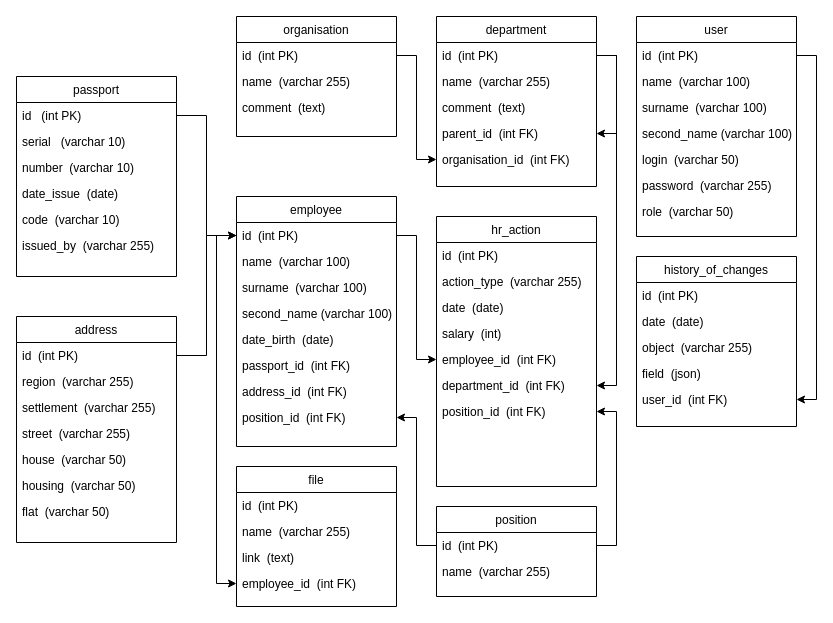
Above: docs/DB_diagram.drawio in XenoPOMP/areal-hr-test-2024 (draw.io), before the change. Source tidied: cells renumbered, new cells numbered last; positions are measured from the earlier drawing's top-left corner, leaving out a move shared by most shapes. Both pictures are drawn from the tidied source at 100%, with x=0, y=0 at pixel (16, 16).
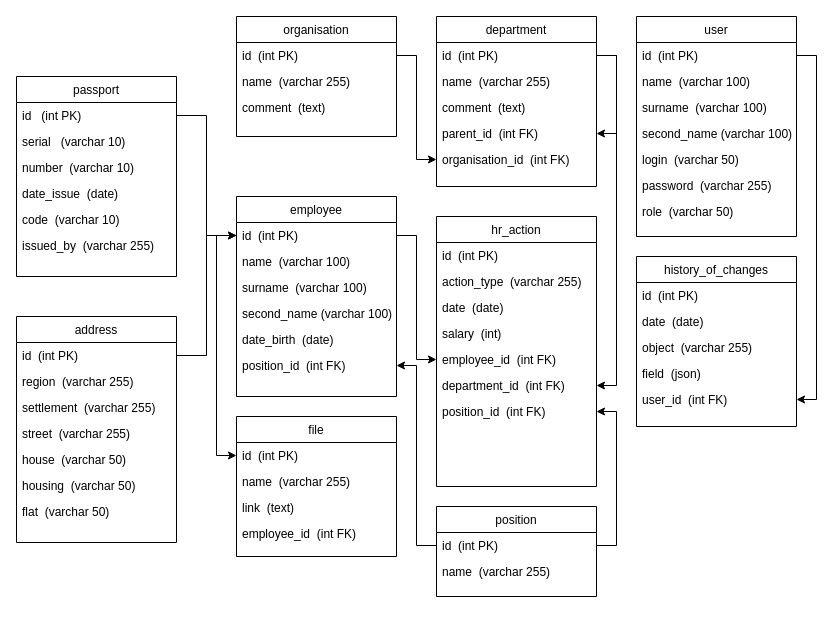
The same page after the edit.

The change refers to these unchanged cells:
```xml
<mxCell id="17" value="id  (int PK)" style="text;align=left;verticalAlign=top;spacingLeft=4;spacingRight=4;overflow=hidden;points=[[0,0.5],[1,0.5]];portConstraint=eastwest;" parent="16" vertex="1">
  <mxGeometry y="26" width="160" height="26" as="geometry" />
</mxCell>
<mxCell id="26" value="id  (int PK)" style="text;align=left;verticalAlign=top;spacingLeft=4;spacingRight=4;overflow=hidden;points=[[0,0.5],[1,0.5]];portConstraint=eastwest;" parent="25" vertex="1">
  <mxGeometry y="26" width="160" height="26" as="geometry" />
</mxCell>
<mxCell id="29" value="employee_id  (int FK)" style="text;align=left;verticalAlign=top;spacingLeft=4;spacingRight=4;overflow=hidden;points=[[0,0.5],[1,0.5]];portConstraint=eastwest;rounded=0;shadow=0;html=0;" parent="25" vertex="1">
  <mxGeometry y="104" width="160" height="26" as="geometry" />
</mxCell>
```

The edit, as a diff of the source:
```diff
@@
     <mxCell id="16" value="employee" style="swimlane;fontStyle=0;align=center;verticalAlign=top;horizontal=1;startSize=26;rounded=0;shadow=0;strokeWidth=1;" parent="1" vertex="1">
-      <mxGeometry x="220" y="180" width="160" height="250" as="geometry" />
+      <mxGeometry x="220" y="180" width="160" height="200" as="geometry" />
     </mxCell>
@@
-    <mxCell id="22" value="passport_id  (int FK)" style="text;align=left;verticalAlign=top;spacingLeft=4;spacingRight=4;overflow=hidden;rounded=0;shadow=0;html=0;" parent="16" vertex="1">
-      <mxGeometry y="156" width="160" height="26" as="geometry" />
-    </mxCell>
-    <mxCell id="23" value="address_id  (int FK)" style="text;align=left;verticalAlign=top;spacingLeft=4;spacingRight=4;overflow=hidden;rounded=0;shadow=0;html=0;" parent="16" vertex="1">
-      <mxGeometry y="182" width="160" height="26" as="geometry" />
-    </mxCell>
     <mxCell id="24" value="position_id  (int FK)" style="text;align=left;verticalAlign=top;spacingLeft=4;spacingRight=4;overflow=hidden;points=[[0,0.5],[1,0.5]];portConstraint=eastwest;rounded=0;shadow=0;html=0;" parent="16" vertex="1">
-      <mxGeometry y="208" width="160" height="26" as="geometry" />
+      <mxGeometry y="156" width="160" height="26" as="geometry" />
     </mxCell>
     <mxCell id="25" value="file" style="swimlane;fontStyle=0;align=center;verticalAlign=top;horizontal=1;startSize=26;rounded=0;shadow=0;strokeWidth=1;" parent="1" vertex="1">
-      <mxGeometry x="220" y="450" width="160" height="140" as="geometry" />
+      <mxGeometry x="220" y="400" width="160" height="140" as="geometry" />
     </mxCell>
@@
-    <mxCell id="72" style="edgeStyle=orthogonalEdgeStyle;rounded=0;jettySize=auto;html=1;exitX=0;exitY=0.5;exitDx=0;exitDy=0;entryX=0;entryY=0.5;entryDx=0;entryDy=0;" parent="1" edge="1" source="17" target="29">
-      <mxGeometry relative="1" as="geometry">
-        <Array as="points">
-          <mxPoint x="200" y="219" />
-          <mxPoint x="200" y="567" />
-        </Array>
-      </mxGeometry>
-    </mxCell>
@@
+    <mxCell id="76" style="edgeStyle=orthogonalEdgeStyle;rounded=0;jettySize=auto;html=1;exitX=0;exitY=0.5;exitDx=0;exitDy=0;entryX=0;entryY=0.5;entryDx=0;entryDy=0;" parent="1" edge="1" source="17" target="26">
+      <mxGeometry relative="1" as="geometry">
+        <Array as="points">
+          <mxPoint x="200" y="219" />
+          <mxPoint x="200" y="439" />
+        </Array>
+      </mxGeometry>
+    </mxCell>
```
